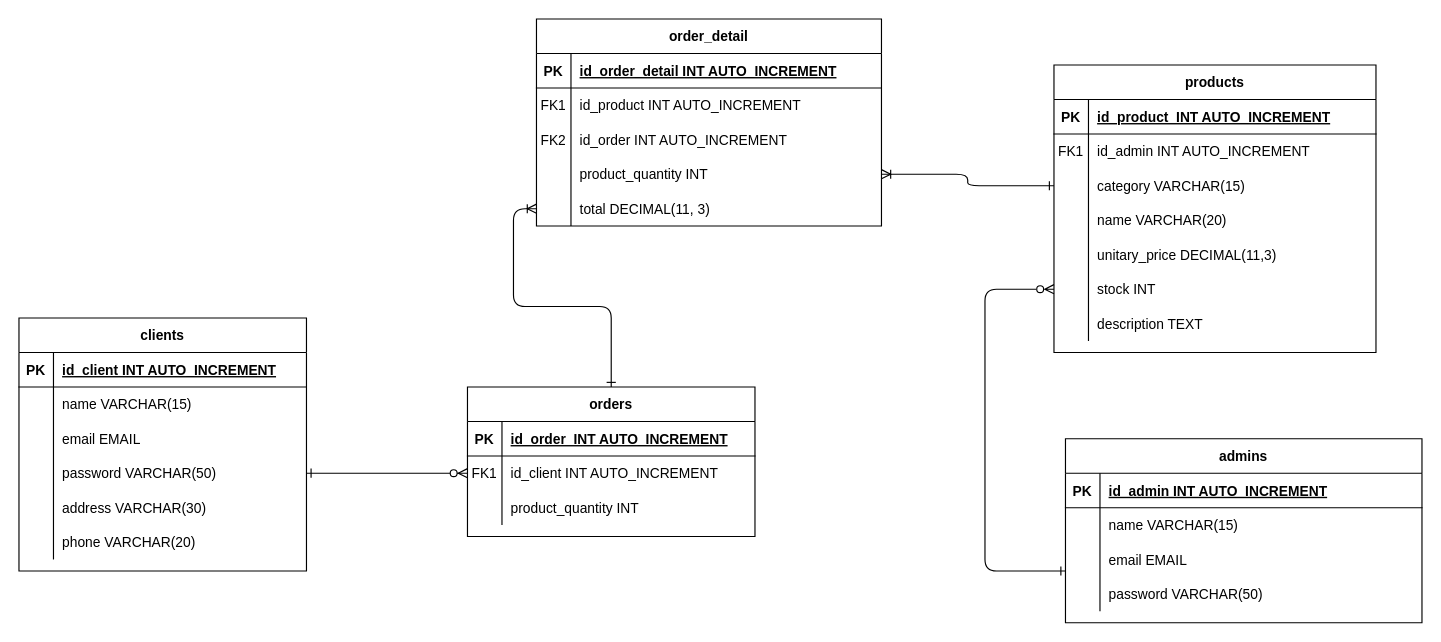
Above: files/project requirements/Modelo de datos/diagrama entidad-relación.drawio in jhairssteven/ssacg (draw.io), before the change. Source tidied: cells renumbered, new cells numbered last; positions are measured from the earlier drawing's top-left corner, leaving out a move shared by most shapes. Both pictures are drawn from the tidied source at 115%, with x=0, y=0 at pixel (18, 18).
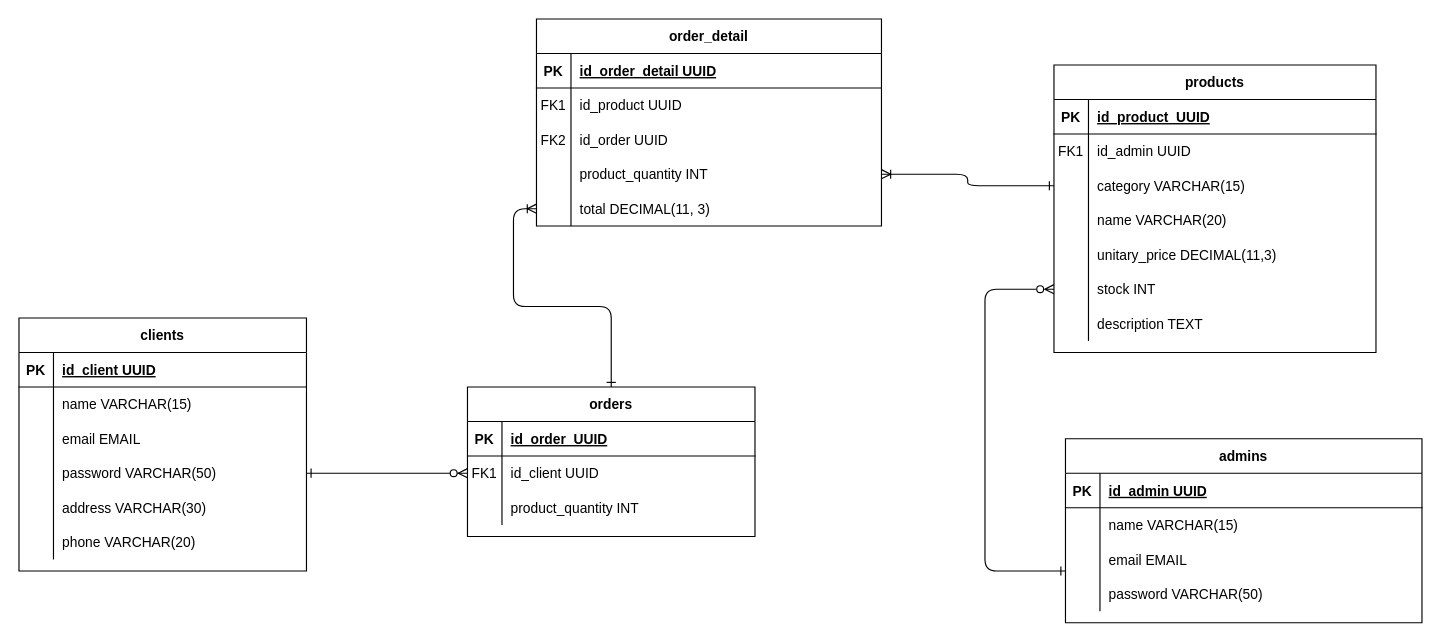
After the change.

Commit message:
updated DB diagrama - UUID for primary keys

The change refers to these unchanged cells:
```xml
<mxCell id="5" style="shape=partialRectangle;fillColor=none;top=0;left=0;right=0;bottom=1;" parent="4" vertex="1">
  <mxGeometry y="30" width="250" height="30" as="geometry" />
</mxCell>
<mxCell id="8" style="shape=partialRectangle;fillColor=none;points=[[0,0.5],[1,0.5]];portConstraint=eastwest;top=0;left=0;right=0;bottom=0;" parent="4" vertex="1">
  <mxGeometry y="60" width="250" height="30" as="geometry" />
</mxCell>
<mxCell id="15" style="shape=partialRectangle;fillColor=none;top=0;left=0;right=0;bottom=1;" parent="14" vertex="1">
  <mxGeometry y="30" width="250" height="30" as="geometry" />
</mxCell>
<mxCell id="35" style="shape=partialRectangle;fillColor=none;top=0;left=0;bottom=1;right=0;" parent="34" vertex="1">
  <mxGeometry y="30" width="310" height="30" as="geometry" />
</mxCell>
<mxCell id="48" style="shape=partialRectangle;fillColor=none;top=0;left=0;bottom=1;right=0;" parent="47" vertex="1">
  <mxGeometry y="30" width="280" height="30" as="geometry" />
</mxCell>
<mxCell id="51" style="shape=partialRectangle;fillColor=none;top=0;left=0;bottom=0;right=0;" parent="47" vertex="1">
  <mxGeometry y="60" width="280" height="30" as="geometry" />
</mxCell>
<mxCell id="70" style="shape=partialRectangle;fillColor=none;top=0;left=0;bottom=1;right=0;" parent="69" vertex="1">
  <mxGeometry y="30" width="300" height="30" as="geometry" />
</mxCell>
<mxCell id="73" style="shape=partialRectangle;fillColor=none;top=0;left=0;bottom=0;right=0;" parent="69" vertex="1">
  <mxGeometry y="60" width="300" height="30" as="geometry" />
</mxCell>
<mxCell id="76" style="shape=partialRectangle;fillColor=none;top=0;left=0;bottom=0;right=0;" parent="69" vertex="1">
  <mxGeometry y="90" width="300" height="30" as="geometry" />
</mxCell>
```

The edit, as a diff of the source:
```diff
@@
-    <mxCell id="7" value="id_order  INT AUTO_INCREMENT" style="shape=partialRectangle;overflow=hidden;fillColor=none;top=0;left=0;bottom=0;right=0;align=left;spacingLeft=6;fontStyle=5;" parent="5" vertex="1">
+    <mxCell id="7" value="id_order  UUID" style="shape=partialRectangle;overflow=hidden;fillColor=none;top=0;left=0;bottom=0;right=0;align=left;spacingLeft=6;fontStyle=5;" parent="5" vertex="1">
       <mxGeometry x="30" width="220" height="30" as="geometry" />
     </mxCell>
@@
-    <mxCell id="10" value="id_client INT AUTO_INCREMENT" style="shape=partialRectangle;overflow=hidden;fillColor=none;top=0;left=0;bottom=0;right=0;align=left;spacingLeft=6;" parent="8" vertex="1">
+    <mxCell id="10" value="id_client UUID" style="shape=partialRectangle;overflow=hidden;fillColor=none;top=0;left=0;bottom=0;right=0;align=left;spacingLeft=6;" parent="8" vertex="1">
       <mxGeometry x="30" width="220" height="30" as="geometry" />
     </mxCell>
@@
-    <mxCell id="17" value="id_client INT AUTO_INCREMENT" style="shape=partialRectangle;overflow=hidden;fillColor=none;top=0;left=0;bottom=0;right=0;align=left;spacingLeft=6;fontStyle=5;" parent="15" vertex="1">
+    <mxCell id="17" value="id_client UUID" style="shape=partialRectangle;overflow=hidden;fillColor=none;top=0;left=0;bottom=0;right=0;align=left;spacingLeft=6;fontStyle=5;" parent="15" vertex="1">
       <mxGeometry x="30" width="220" height="30" as="geometry" />
     </mxCell>
@@
-    <mxCell id="37" value="id_admin INT AUTO_INCREMENT" style="shape=partialRectangle;fillColor=none;top=0;left=0;bottom=0;right=0;align=left;spacingLeft=6;fontStyle=5;overflow=hidden;" parent="35" vertex="1">
+    <mxCell id="37" value="id_admin UUID" style="shape=partialRectangle;fillColor=none;top=0;left=0;bottom=0;right=0;align=left;spacingLeft=6;fontStyle=5;overflow=hidden;" parent="35" vertex="1">
       <mxGeometry x="30" width="280" height="30" as="geometry" />
     </mxCell>
@@
-    <mxCell id="50" value="id_product  INT AUTO_INCREMENT" style="shape=partialRectangle;fillColor=none;top=0;left=0;bottom=0;right=0;align=left;spacingLeft=6;fontStyle=5;overflow=hidden;" parent="48" vertex="1">
+    <mxCell id="50" value="id_product  UUID" style="shape=partialRectangle;fillColor=none;top=0;left=0;bottom=0;right=0;align=left;spacingLeft=6;fontStyle=5;overflow=hidden;" parent="48" vertex="1">
       <mxGeometry x="30" width="250" height="30" as="geometry" />
     </mxCell>
@@
-    <mxCell id="53" value="id_admin INT AUTO_INCREMENT" style="shape=partialRectangle;fillColor=none;top=0;left=0;bottom=0;right=0;align=left;spacingLeft=6;overflow=hidden;" parent="51" vertex="1">
+    <mxCell id="53" value="id_admin UUID" style="shape=partialRectangle;fillColor=none;top=0;left=0;bottom=0;right=0;align=left;spacingLeft=6;overflow=hidden;" parent="51" vertex="1">
       <mxGeometry x="30" width="250" height="30" as="geometry" />
     </mxCell>
@@
-    <mxCell id="72" value="id_order_detail INT AUTO_INCREMENT" style="shape=partialRectangle;fillColor=none;top=0;left=0;bottom=0;right=0;align=left;spacingLeft=6;fontStyle=5;overflow=hidden;" parent="70" vertex="1">
+    <mxCell id="72" value="id_order_detail UUID" style="shape=partialRectangle;fillColor=none;top=0;left=0;bottom=0;right=0;align=left;spacingLeft=6;fontStyle=5;overflow=hidden;" parent="70" vertex="1">
       <mxGeometry x="30" width="270" height="30" as="geometry" />
     </mxCell>
@@
-    <mxCell id="75" value="id_product INT AUTO_INCREMENT" style="shape=partialRectangle;fillColor=none;top=0;left=0;bottom=0;right=0;align=left;spacingLeft=6;overflow=hidden;" parent="73" vertex="1">
+    <mxCell id="75" value="id_product UUID" style="shape=partialRectangle;fillColor=none;top=0;left=0;bottom=0;right=0;align=left;spacingLeft=6;overflow=hidden;" parent="73" vertex="1">
       <mxGeometry x="30" width="270" height="30" as="geometry" />
     </mxCell>
@@
-    <mxCell id="78" value="id_order INT AUTO_INCREMENT" style="shape=partialRectangle;fillColor=none;top=0;left=0;bottom=0;right=0;align=left;spacingLeft=6;overflow=hidden;" parent="76" vertex="1">
+    <mxCell id="78" value="id_order UUID" style="shape=partialRectangle;fillColor=none;top=0;left=0;bottom=0;right=0;align=left;spacingLeft=6;overflow=hidden;" parent="76" vertex="1">
       <mxGeometry x="30" width="270" height="30" as="geometry" />
     </mxCell>
```
